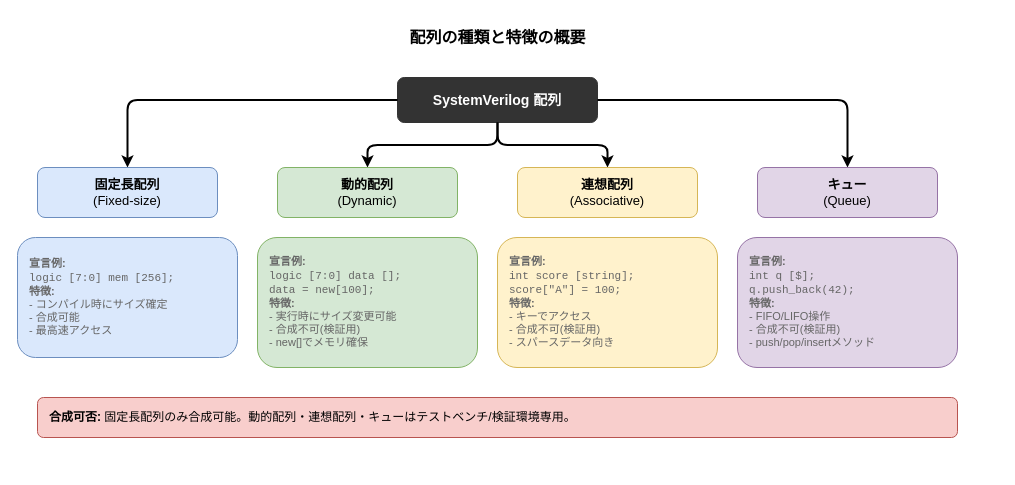
This is images/systemverilog-guidebook/ch04_array_overview.drawio from aquaxis/webdoc, a draw.io file, before an edit. Source tidied: cells renumbered, new cells numbered last; positions are measured from the earlier drawing's top-left corner, leaving out a move shared by most shapes. Both pictures are drawn from the tidied source at 100%, with x=0, y=0 at pixel (17, 17).
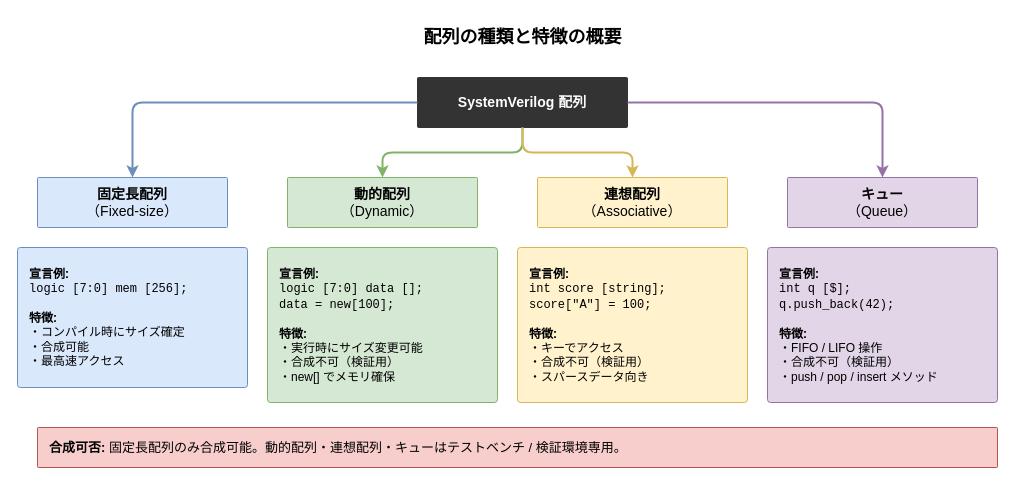
The same page after the edit.

The edit, as a diff of the source:
```diff
@@
 <mxGraphModel>
   <root>
     <mxCell id="0" />
     <mxCell id="1" parent="0" />
-    <mxCell id="2" value="&lt;b&gt;配列の種類と特徴の概要&lt;/b&gt;" style="text;html=1;align=center;verticalAlign=middle;strokeColor=none;fillColor=none;fontSize=16;" parent="1" vertex="1">
-      <mxGeometry x="360" width="240" height="40" as="geometry" />
+    <mxCell id="2" value="&lt;b&gt;配列の種類と特徴の概要&lt;/b&gt;" style="text;html=1;align=center;verticalAlign=middle;strokeColor=none;fillColor=none;fontSize=18;" parent="1" vertex="1">
+      <mxGeometry x="380" width="250" height="40" as="geometry" />
     </mxCell>
-    <mxCell id="3" value="&lt;b&gt;SystemVerilog 配列&lt;/b&gt;" style="rounded=1;whiteSpace=wrap;html=1;fillColor=#333333;strokeColor=#333333;fontColor=#ffffff;fontSize=14;" parent="1" vertex="1">
-      <mxGeometry x="380" y="60" width="200" height="45" as="geometry" />
+    <mxCell id="3" value="&lt;b&gt;SystemVerilog 配列&lt;/b&gt;" style="rounded=1;arcSize=2;whiteSpace=wrap;html=1;fillColor=#333333;strokeColor=#333333;fontColor=#ffffff;fontSize=14;" parent="1" vertex="1">
+      <mxGeometry x="400" y="60" width="210" height="50" as="geometry" />
     </mxCell>
-    <mxCell id="4" style="edgeStyle=orthogonalEdgeStyle;strokeWidth=2;" parent="1" edge="1" source="3" target="5">
+    <mxCell id="4" style="edgeStyle=orthogonalEdgeStyle;strokeWidth=2;strokeColor=#6c8ebf;" parent="1" edge="1" source="3" target="5">
       <mxGeometry relative="1" as="geometry" />
     </mxCell>
-    <mxCell id="5" value="&lt;b&gt;固定長配列&lt;/b&gt;&lt;br&gt;(Fixed-size)" style="rounded=1;whiteSpace=wrap;html=1;fillColor=#dae8fc;strokeColor=#6c8ebf;fontSize=13;" parent="1" vertex="1">
-      <mxGeometry x="20" y="150" width="180" height="50" as="geometry" />
+    <mxCell id="5" value="&lt;b&gt;固定長配列&lt;/b&gt;&lt;br&gt;（Fixed-size）" style="rounded=1;arcSize=2;whiteSpace=wrap;html=1;fillColor=#dae8fc;strokeColor=#6c8ebf;fontSize=14;" parent="1" vertex="1">
+      <mxGeometry x="20" y="160" width="190" height="50" as="geometry" />
     </mxCell>
-    <mxCell id="6" value="&lt;font color=&quot;#666666&quot;&gt;&lt;b&gt;宣言例:&lt;/b&gt;&lt;br&gt;&lt;font face=&quot;monospace&quot;&gt;logic [7:0] mem [256];&lt;/font&gt;&lt;br&gt;&lt;b&gt;特徴:&lt;/b&gt;&lt;br&gt;- コンパイル時にサイズ確定&lt;br&gt;- 合成可能&lt;br&gt;- 最高速アクセス&lt;/font&gt;" style="rounded=1;whiteSpace=wrap;html=1;fillColor=#dae8fc;strokeColor=#6c8ebf;fontSize=11;align=left;spacingLeft=10;" parent="1" vertex="1">
-      <mxGeometry y="220" width="220" height="120" as="geometry" />
+    <mxCell id="6" value="&lt;b&gt;宣言例:&lt;/b&gt;&lt;br&gt;&lt;font face=&quot;monospace&quot;&gt;logic [7:0] mem [256];&lt;/font&gt;&lt;br&gt;&lt;br&gt;&lt;b&gt;特徴:&lt;/b&gt;&lt;br&gt;・コンパイル時にサイズ確定&lt;br&gt;・合成可能&lt;br&gt;・最高速アクセス" style="rounded=1;arcSize=2;whiteSpace=wrap;html=1;fillColor=#dae8fc;strokeColor=#6c8ebf;fontSize=12;align=left;spacingLeft=10;" parent="1" vertex="1">
+      <mxGeometry y="230" width="230" height="140" as="geometry" />
     </mxCell>
-    <mxCell id="7" style="edgeStyle=orthogonalEdgeStyle;strokeWidth=2;" parent="1" edge="1" source="3" target="8">
+    <mxCell id="7" style="edgeStyle=orthogonalEdgeStyle;strokeWidth=2;strokeColor=#82b366;" parent="1" edge="1" source="3" target="8">
       <mxGeometry relative="1" as="geometry" />
     </mxCell>
-    <mxCell id="8" value="&lt;b&gt;動的配列&lt;/b&gt;&lt;br&gt;(Dynamic)" style="rounded=1;whiteSpace=wrap;html=1;fillColor=#d5e8d4;strokeColor=#82b366;fontSize=13;" parent="1" vertex="1">
-      <mxGeometry x="260" y="150" width="180" height="50" as="geometry" />
+    <mxCell id="8" value="&lt;b&gt;動的配列&lt;/b&gt;&lt;br&gt;（Dynamic）" style="rounded=1;arcSize=2;whiteSpace=wrap;html=1;fillColor=#d5e8d4;strokeColor=#82b366;fontSize=14;" parent="1" vertex="1">
+      <mxGeometry x="270" y="160" width="190" height="50" as="geometry" />
     </mxCell>
-    <mxCell id="9" value="&lt;font color=&quot;#666666&quot;&gt;&lt;b&gt;宣言例:&lt;/b&gt;&lt;br&gt;&lt;font face=&quot;monospace&quot;&gt;logic [7:0] data [];&lt;br&gt;data = new[100];&lt;/font&gt;&lt;br&gt;&lt;b&gt;特徴:&lt;/b&gt;&lt;br&gt;- 実行時にサイズ変更可能&lt;br&gt;- 合成不可(検証用)&lt;br&gt;- new[]でメモリ確保&lt;/font&gt;" style="rounded=1;whiteSpace=wrap;html=1;fillColor=#d5e8d4;strokeColor=#82b366;fontSize=11;align=left;spacingLeft=10;" parent="1" vertex="1">
-      <mxGeometry x="240" y="220" width="220" height="130" as="geometry" />
+    <mxCell id="9" value="&lt;b&gt;宣言例:&lt;/b&gt;&lt;br&gt;&lt;font face=&quot;monospace&quot;&gt;logic [7:0] data [];&lt;br&gt;data = new[100];&lt;/font&gt;&lt;br&gt;&lt;br&gt;&lt;b&gt;特徴:&lt;/b&gt;&lt;br&gt;・実行時にサイズ変更可能&lt;br&gt;・合成不可（検証用）&lt;br&gt;・new[] でメモリ確保" style="rounded=1;arcSize=2;whiteSpace=wrap;html=1;fillColor=#d5e8d4;strokeColor=#82b366;fontSize=12;align=left;spacingLeft=10;" parent="1" vertex="1">
+      <mxGeometry x="250" y="230" width="230" height="155" as="geometry" />
     </mxCell>
-    <mxCell id="10" style="edgeStyle=orthogonalEdgeStyle;strokeWidth=2;" parent="1" edge="1" source="3" target="11">
+    <mxCell id="10" style="edgeStyle=orthogonalEdgeStyle;strokeWidth=2;strokeColor=#d6b656;" parent="1" edge="1" source="3" target="11">
       <mxGeometry relative="1" as="geometry" />
     </mxCell>
-    <mxCell id="11" value="&lt;b&gt;連想配列&lt;/b&gt;&lt;br&gt;(Associative)" style="rounded=1;whiteSpace=wrap;html=1;fillColor=#fff2cc;strokeColor=#d6b656;fontSize=13;" parent="1" vertex="1">
-      <mxGeometry x="500" y="150" width="180" height="50" as="geometry" />
+    <mxCell id="11" value="&lt;b&gt;連想配列&lt;/b&gt;&lt;br&gt;（Associative）" style="rounded=1;arcSize=2;whiteSpace=wrap;html=1;fillColor=#fff2cc;strokeColor=#d6b656;fontSize=14;" parent="1" vertex="1">
+      <mxGeometry x="520" y="160" width="190" height="50" as="geometry" />
     </mxCell>
-    <mxCell id="12" value="&lt;font color=&quot;#666666&quot;&gt;&lt;b&gt;宣言例:&lt;/b&gt;&lt;br&gt;&lt;font face=&quot;monospace&quot;&gt;int score [string];&lt;br&gt;score[&quot;A&quot;] = 100;&lt;/font&gt;&lt;br&gt;&lt;b&gt;特徴:&lt;/b&gt;&lt;br&gt;- キーでアクセス&lt;br&gt;- 合成不可(検証用)&lt;br&gt;- スパースデータ向き&lt;/font&gt;" style="rounded=1;whiteSpace=wrap;html=1;fillColor=#fff2cc;strokeColor=#d6b656;fontSize=11;align=left;spacingLeft=10;" parent="1" vertex="1">
-      <mxGeometry x="480" y="220" width="220" height="130" as="geometry" />
+    <mxCell id="12" value="&lt;b&gt;宣言例:&lt;/b&gt;&lt;br&gt;&lt;font face=&quot;monospace&quot;&gt;int score [string];&lt;br&gt;score[&amp;quot;A&amp;quot;] = 100;&lt;/font&gt;&lt;br&gt;&lt;br&gt;&lt;b&gt;特徴:&lt;/b&gt;&lt;br&gt;・キーでアクセス&lt;br&gt;・合成不可（検証用）&lt;br&gt;・スパースデータ向き" style="rounded=1;arcSize=2;whiteSpace=wrap;html=1;fillColor=#fff2cc;strokeColor=#d6b656;fontSize=12;align=left;spacingLeft=10;" parent="1" vertex="1">
+      <mxGeometry x="500" y="230" width="230" height="155" as="geometry" />
     </mxCell>
-    <mxCell id="13" style="edgeStyle=orthogonalEdgeStyle;strokeWidth=2;" parent="1" edge="1" source="3" target="14">
+    <mxCell id="13" style="edgeStyle=orthogonalEdgeStyle;strokeWidth=2;strokeColor=#9673a6;" parent="1" edge="1" source="3" target="14">
       <mxGeometry relative="1" as="geometry" />
     </mxCell>
-    <mxCell id="14" value="&lt;b&gt;キュー&lt;/b&gt;&lt;br&gt;(Queue)" style="rounded=1;whiteSpace=wrap;html=1;fillColor=#e1d5e7;strokeColor=#9673a6;fontSize=13;" parent="1" vertex="1">
-      <mxGeometry x="740" y="150" width="180" height="50" as="geometry" />
+    <mxCell id="14" value="&lt;b&gt;キュー&lt;/b&gt;&lt;br&gt;（Queue）" style="rounded=1;arcSize=2;whiteSpace=wrap;html=1;fillColor=#e1d5e7;strokeColor=#9673a6;fontSize=14;" parent="1" vertex="1">
+      <mxGeometry x="770" y="160" width="190" height="50" as="geometry" />
     </mxCell>
-    <mxCell id="15" value="&lt;font color=&quot;#666666&quot;&gt;&lt;b&gt;宣言例:&lt;/b&gt;&lt;br&gt;&lt;font face=&quot;monospace&quot;&gt;int q [$];&lt;br&gt;q.push_back(42);&lt;/font&gt;&lt;br&gt;&lt;b&gt;特徴:&lt;/b&gt;&lt;br&gt;- FIFO/LIFO操作&lt;br&gt;- 合成不可(検証用)&lt;br&gt;- push/pop/insertメソッド&lt;/font&gt;" style="rounded=1;whiteSpace=wrap;html=1;fillColor=#e1d5e7;strokeColor=#9673a6;fontSize=11;align=left;spacingLeft=10;" parent="1" vertex="1">
-      <mxGeometry x="720" y="220" width="220" height="130" as="geometry" />
+    <mxCell id="15" value="&lt;b&gt;宣言例:&lt;/b&gt;&lt;br&gt;&lt;font face=&quot;monospace&quot;&gt;int q [$];&lt;br&gt;q.push_back(42);&lt;/font&gt;&lt;br&gt;&lt;br&gt;&lt;b&gt;特徴:&lt;/b&gt;&lt;br&gt;・FIFO / LIFO 操作&lt;br&gt;・合成不可（検証用）&lt;br&gt;・push / pop / insert メソッド" style="rounded=1;arcSize=2;whiteSpace=wrap;html=1;fillColor=#e1d5e7;strokeColor=#9673a6;fontSize=12;align=left;spacingLeft=10;" parent="1" vertex="1">
+      <mxGeometry x="750" y="230" width="230" height="155" as="geometry" />
     </mxCell>
-    <mxCell id="16" value="&lt;b&gt;合成可否:&lt;/b&gt; 固定長配列のみ合成可能。動的配列・連想配列・キューはテストベンチ/検証環境専用。" style="rounded=1;whiteSpace=wrap;html=1;fillColor=#f8cecc;strokeColor=#b85450;fontSize=12;align=left;spacingLeft=10;" parent="1" vertex="1">
-      <mxGeometry x="20" y="380" width="920" height="40" as="geometry" />
+    <mxCell id="16" value="&lt;b&gt;合成可否:&lt;/b&gt; 固定長配列のみ合成可能。動的配列・連想配列・キューはテストベンチ / 検証環境専用。" style="rounded=1;arcSize=2;whiteSpace=wrap;html=1;fillColor=#f8cecc;strokeColor=#b85450;fontSize=13;align=left;spacingLeft=10;" parent="1" vertex="1">
+      <mxGeometry x="20" y="410" width="960" height="40" as="geometry" />
     </mxCell>
   </root>
 </mxGraphModel>
```
